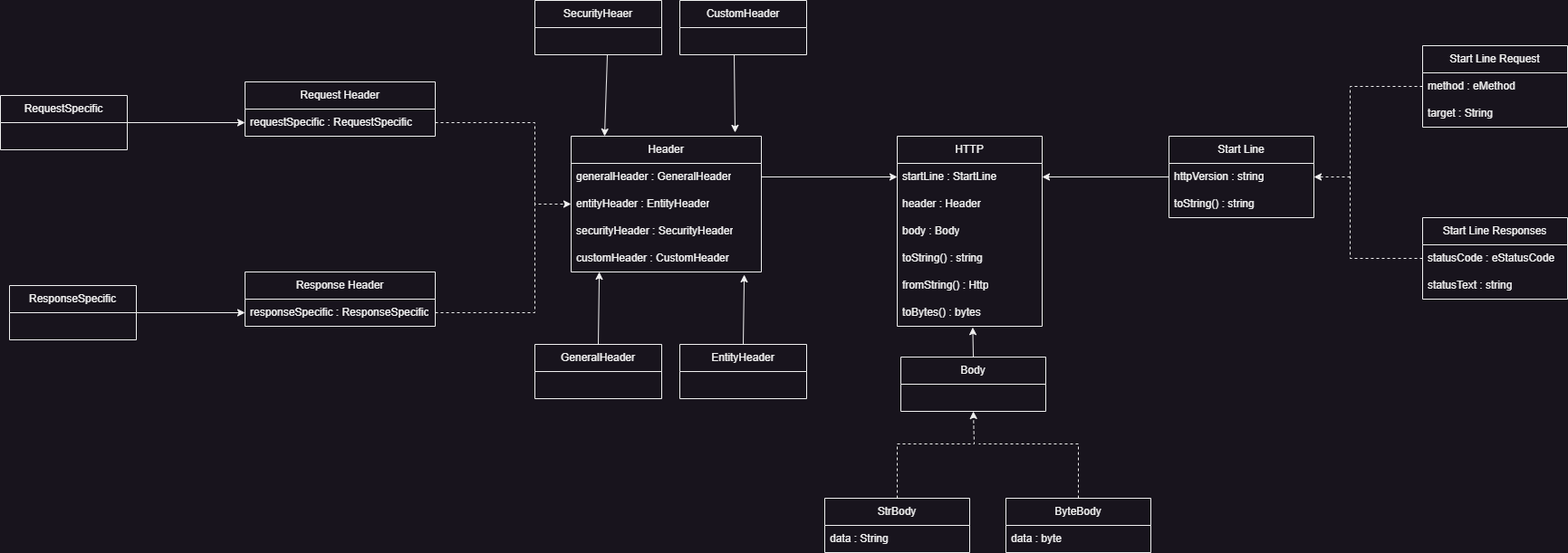
MathieuPPicard/HttpBuilder keeps this draw.io diagram as Image/HttpBuilder.png. Above is the earlier version. Source tidied: cells renumbered, new cells last; positions are measured from the earlier drawing's top-left corner, leaving out a move shared by most shapes.
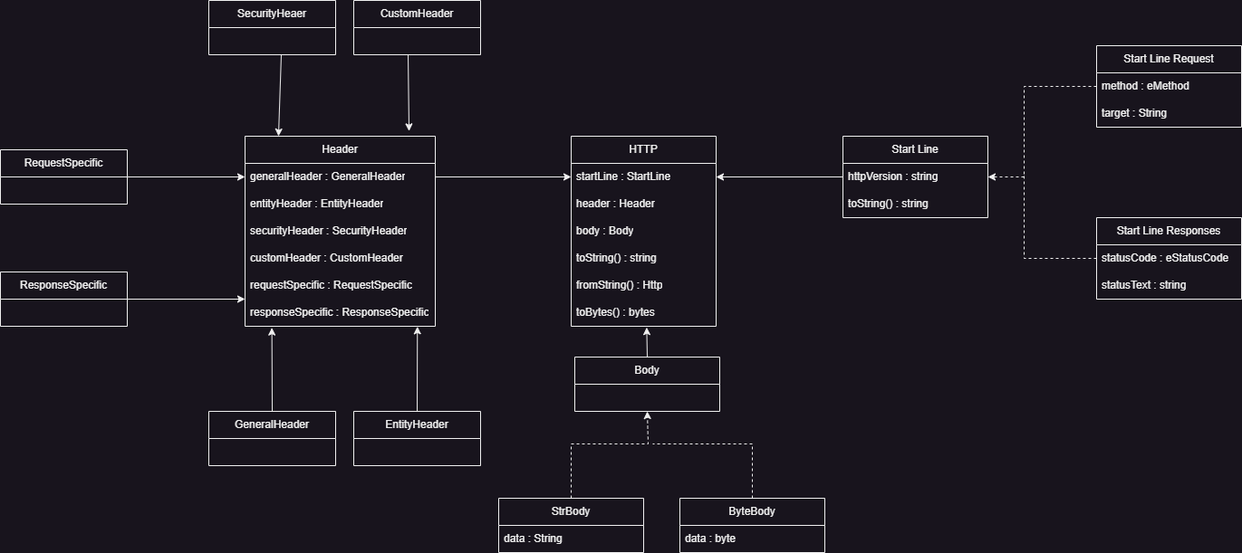
Above is the later version.

Change to the diagram source:
```diff
@@ -24,7 +24,7 @@
       <mxGeometry y="180" width="160" height="30" as="geometry" />
     </mxCell>
     <mxCell id="9" value="Header" style="swimlane;fontStyle=0;horizontal=1;startSize=30;whiteSpace=wrap;html=1;" parent="1" vertex="1">
-      <mxGeometry x="630" y="150" width="210" height="150" as="geometry" />
+      <mxGeometry x="630" y="150" width="210" height="210" as="geometry" />
     </mxCell>
     <mxCell id="10" value="generalHeader : GeneralHeader" style="text;strokeColor=none;fillColor=none;align=left;verticalAlign=middle;spacingLeft=4;spacingRight=4;overflow=hidden;points=[[0,0.5],[1,0.5]];portConstraint=eastwest;whiteSpace=wrap;html=1;" parent="9" vertex="1">
       <mxGeometry y="30" width="210" height="30" as="geometry" />
@@ -38,6 +38,12 @@
     <mxCell id="13" value="customHeader : CustomHeader" style="text;strokeColor=none;fillColor=none;align=left;verticalAlign=middle;spacingLeft=4;spacingRight=4;overflow=hidden;points=[[0,0.5],[1,0.5]];portConstraint=eastwest;whiteSpace=wrap;html=1;" parent="9" vertex="1">
       <mxGeometry y="120" width="210" height="30" as="geometry" />
     </mxCell>
+    <mxCell id="28" value="requestSpecific : RequestSpecific" style="text;strokeColor=none;fillColor=none;align=left;verticalAlign=middle;spacingLeft=4;spacingRight=4;overflow=hidden;points=[[0,0.5],[1,0.5]];portConstraint=eastwest;whiteSpace=wrap;html=1;" parent="9" vertex="1">
+      <mxGeometry y="150" width="210" height="30" as="geometry" />
+    </mxCell>
+    <mxCell id="30" value="responseSpecific : ResponseSpecific" style="text;strokeColor=none;fillColor=none;align=left;verticalAlign=middle;spacingLeft=4;spacingRight=4;overflow=hidden;points=[[0,0.5],[1,0.5]];portConstraint=eastwest;whiteSpace=wrap;html=1;" parent="9" vertex="1">
+      <mxGeometry y="180" width="210" height="30" as="geometry" />
+    </mxCell>
     <mxCell id="14" value="Start Line" style="swimlane;fontStyle=0;horizontal=1;startSize=30;whiteSpace=wrap;html=1;" parent="1" vertex="1">
       <mxGeometry x="1290" y="150" width="160" height="90" as="geometry" />
     </mxCell>
@@ -90,39 +96,11 @@
     <mxCell id="26" style="endArrow=classic;html=1;rounded=0;exitX=1;exitY=0.5;exitDx=0;exitDy=0;entryX=0;entryY=0.5;entryDx=0;entryDy=0;" parent="1" edge="1" source="10" target="3">
       <mxGeometry relative="1" as="geometry" />
     </mxCell>
-    <mxCell id="27" value="Request Header" style="swimlane;fontStyle=0;horizontal=1;startSize=30;whiteSpace=wrap;html=1;" parent="1" vertex="1">
-      <mxGeometry x="270" y="90" width="210" height="60" as="geometry" />
-    </mxCell>
-    <mxCell id="28" value="requestSpecific : RequestSpecific" style="text;strokeColor=none;fillColor=none;align=left;verticalAlign=middle;spacingLeft=4;spacingRight=4;overflow=hidden;points=[[0,0.5],[1,0.5]];portConstraint=eastwest;whiteSpace=wrap;html=1;" parent="27" vertex="1">
-      <mxGeometry y="30" width="210" height="30" as="geometry" />
-    </mxCell>
-    <mxCell id="29" value="Response Header" style="swimlane;fontStyle=0;horizontal=1;startSize=30;whiteSpace=wrap;html=1;" parent="1" vertex="1">
-      <mxGeometry x="270" y="300" width="210" height="60" as="geometry" />
-    </mxCell>
-    <mxCell id="30" value="responseSpecific : ResponseSpecific" style="text;strokeColor=none;fillColor=none;align=left;verticalAlign=middle;spacingLeft=4;spacingRight=4;overflow=hidden;points=[[0,0.5],[1,0.5]];portConstraint=eastwest;whiteSpace=wrap;html=1;" parent="29" vertex="1">
-      <mxGeometry y="30" width="210" height="30" as="geometry" />
-    </mxCell>
-    <mxCell id="31" style="endArrow=classic;html=1;rounded=0;exitX=1;exitY=0.5;exitDx=0;exitDy=0;entryX=0;entryY=0.5;entryDx=0;entryDy=0;dashed=1;" parent="1" edge="1" source="28" target="11">
-      <mxGeometry relative="1" as="geometry">
-        <Array as="points">
-          <mxPoint x="590" y="135" />
-          <mxPoint x="590" y="225" />
-        </Array>
-      </mxGeometry>
-    </mxCell>
-    <mxCell id="32" style="endArrow=none;html=1;rounded=0;exitX=1;exitY=0.5;exitDx=0;exitDy=0;dashed=1;" parent="1" edge="1" source="30">
-      <mxGeometry relative="1" as="geometry">
-        <mxPoint x="590" y="220" as="targetPoint" />
-        <Array as="points">
-          <mxPoint x="590" y="345" />
-        </Array>
-      </mxGeometry>
-    </mxCell>
     <mxCell id="33" value="GeneralHeader" style="swimlane;fontStyle=0;horizontal=1;startSize=30;whiteSpace=wrap;html=1;" parent="1" vertex="1">
-      <mxGeometry x="590" y="380" width="140" height="60" as="geometry" />
+      <mxGeometry x="590" y="454" width="140" height="60" as="geometry" />
     </mxCell>
     <mxCell id="34" value="EntityHeader" style="swimlane;fontStyle=0;horizontal=1;startSize=30;whiteSpace=wrap;html=1;" parent="1" vertex="1">
-      <mxGeometry x="750" y="380" width="140" height="60" as="geometry" />
+      <mxGeometry x="750" y="454" width="140" height="60" as="geometry" />
     </mxCell>
     <mxCell id="35" value="SecurityHeaer" style="swimlane;fontStyle=0;horizontal=1;startSize=30;whiteSpace=wrap;html=1;" parent="1" vertex="1">
       <mxGeometry x="590" width="140" height="60" as="geometry" />
@@ -131,15 +109,15 @@
       <mxGeometry x="750" width="140" height="60" as="geometry" />
     </mxCell>
     <mxCell id="37" value="RequestSpecific" style="swimlane;fontStyle=0;horizontal=1;startSize=30;whiteSpace=wrap;html=1;" parent="1" vertex="1">
-      <mxGeometry y="105" width="140" height="60" as="geometry" />
+      <mxGeometry x="360" y="165" width="140" height="60" as="geometry" />
     </mxCell>
     <mxCell id="38" value="ResponseSpecific" style="swimlane;fontStyle=0;horizontal=1;startSize=30;whiteSpace=wrap;html=1;" parent="1" vertex="1">
-      <mxGeometry x="10" y="315" width="140" height="60" as="geometry" />
+      <mxGeometry x="360" y="300" width="140" height="60" as="geometry" />
     </mxCell>
-    <mxCell id="39" style="endArrow=classic;html=1;rounded=0;exitX=0.5;exitY=0;exitDx=0;exitDy=0;entryX=0.148;entryY=1;entryDx=0;entryDy=0;entryPerimeter=0;" parent="1" edge="1" source="33" target="13">
+    <mxCell id="39" style="endArrow=classic;html=1;rounded=0;exitX=0.5;exitY=0;exitDx=0;exitDy=0;entryX=0.141;entryY=1.056;entryDx=0;entryDy=0;entryPerimeter=0;" parent="1" edge="1" source="33" target="30">
       <mxGeometry relative="1" as="geometry" />
     </mxCell>
-    <mxCell id="40" style="endArrow=classic;html=1;rounded=0;exitX=0.5;exitY=0;exitDx=0;exitDy=0;entryX=0.91;entryY=1.1;entryDx=0;entryDy=0;entryPerimeter=0;" parent="1" edge="1" source="34" target="13">
+    <mxCell id="40" style="endArrow=classic;html=1;rounded=0;exitX=0.5;exitY=0;exitDx=0;exitDy=0;entryX=0.906;entryY=1.011;entryDx=0;entryDy=0;entryPerimeter=0;" parent="1" edge="1" source="34" target="30">
       <mxGeometry relative="1" as="geometry" />
     </mxCell>
     <mxCell id="41" style="endArrow=classic;html=1;rounded=0;entryX=0.176;entryY=0;entryDx=0;entryDy=0;entryPerimeter=0;" parent="1" edge="1" target="9">
@@ -152,11 +130,15 @@
         <mxPoint x="810" y="60" as="sourcePoint" />
       </mxGeometry>
     </mxCell>
-    <mxCell id="43" style="endArrow=classic;html=1;rounded=0;exitX=1;exitY=0.5;exitDx=0;exitDy=0;entryX=0;entryY=0.5;entryDx=0;entryDy=0;" parent="1" edge="1" source="37" target="28">
-      <mxGeometry relative="1" as="geometry" />
+    <mxCell id="43" style="endArrow=classic;html=1;rounded=0;exitX=1;exitY=0.5;exitDx=0;exitDy=0;entryX=0;entryY=0.5;entryDx=0;entryDy=0;" parent="1" edge="1" source="37">
+      <mxGeometry relative="1" as="geometry">
+        <mxPoint x="630" y="195" as="targetPoint" />
+      </mxGeometry>
     </mxCell>
-    <mxCell id="44" style="endArrow=classic;html=1;rounded=0;exitX=1;exitY=0.5;exitDx=0;exitDy=0;entryX=0;entryY=0.5;entryDx=0;entryDy=0;" parent="1" edge="1" source="38" target="30">
-      <mxGeometry relative="1" as="geometry" />
+    <mxCell id="44" style="endArrow=classic;html=1;rounded=0;exitX=1;exitY=0.5;exitDx=0;exitDy=0;entryX=0;entryY=0.5;entryDx=0;entryDy=0;" parent="1" edge="1" source="38">
+      <mxGeometry relative="1" as="geometry">
+        <mxPoint x="630" y="330" as="targetPoint" />
+      </mxGeometry>
     </mxCell>
     <mxCell id="45" value="StrBody" style="swimlane;fontStyle=0;horizontal=1;startSize=30;whiteSpace=wrap;html=1;" parent="1" vertex="1">
       <mxGeometry x="910" y="550" width="160" height="60" as="geometry" />
```
